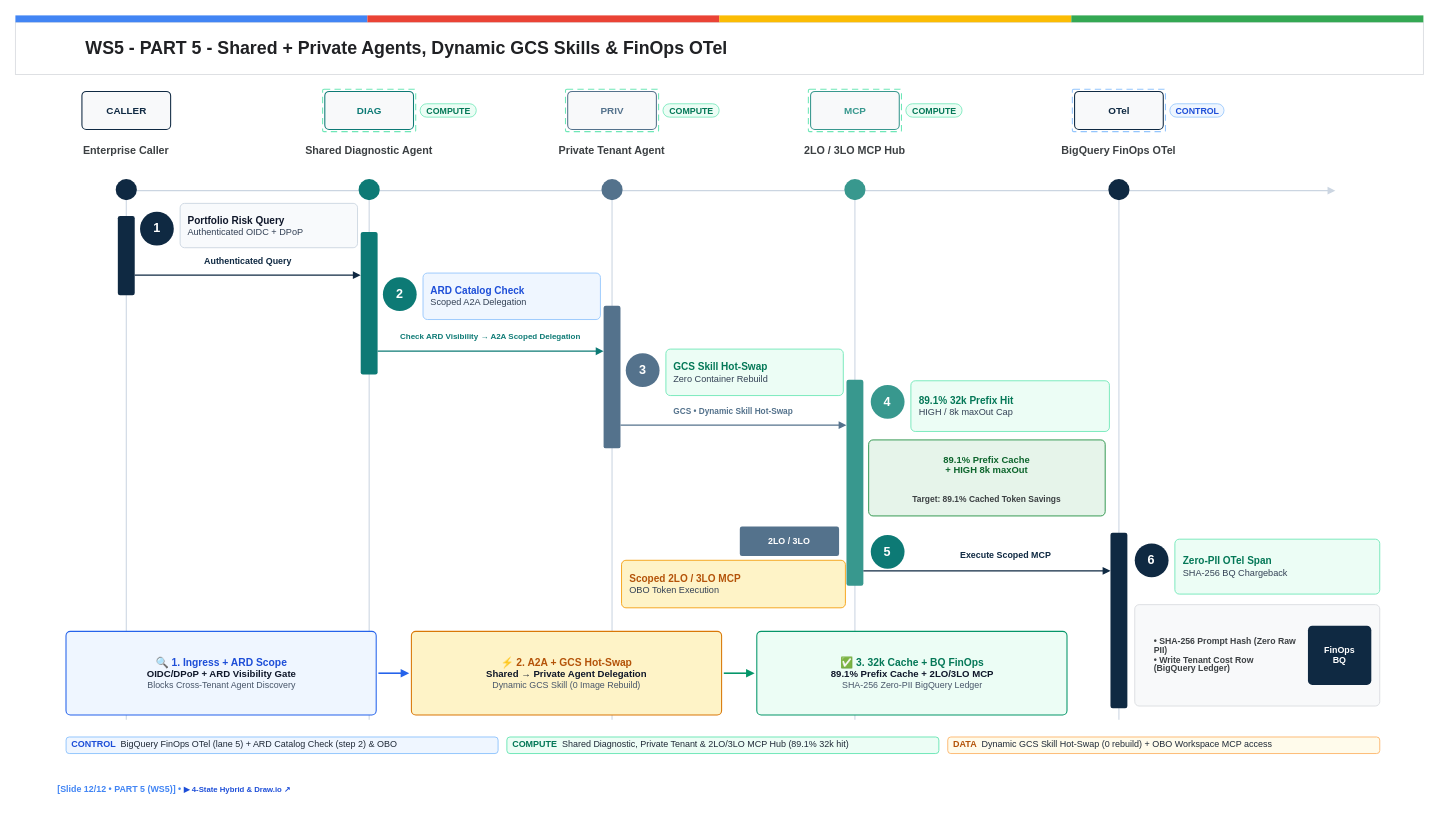
Earlier version of the draw.io diagram diagrams/ws5-c4-l3-dynamic-skill-delegation-swimlane.drawio (nitinaggarwal-12/blogs). Source tidied: cells renumbered, new cells numbered last; positions are measured from the earlier drawing's top-left corner, leaving out a move shared by most shapes. Both pictures are drawn from the tidied source at 88%, with x=0, y=0 at pixel (15, 15).
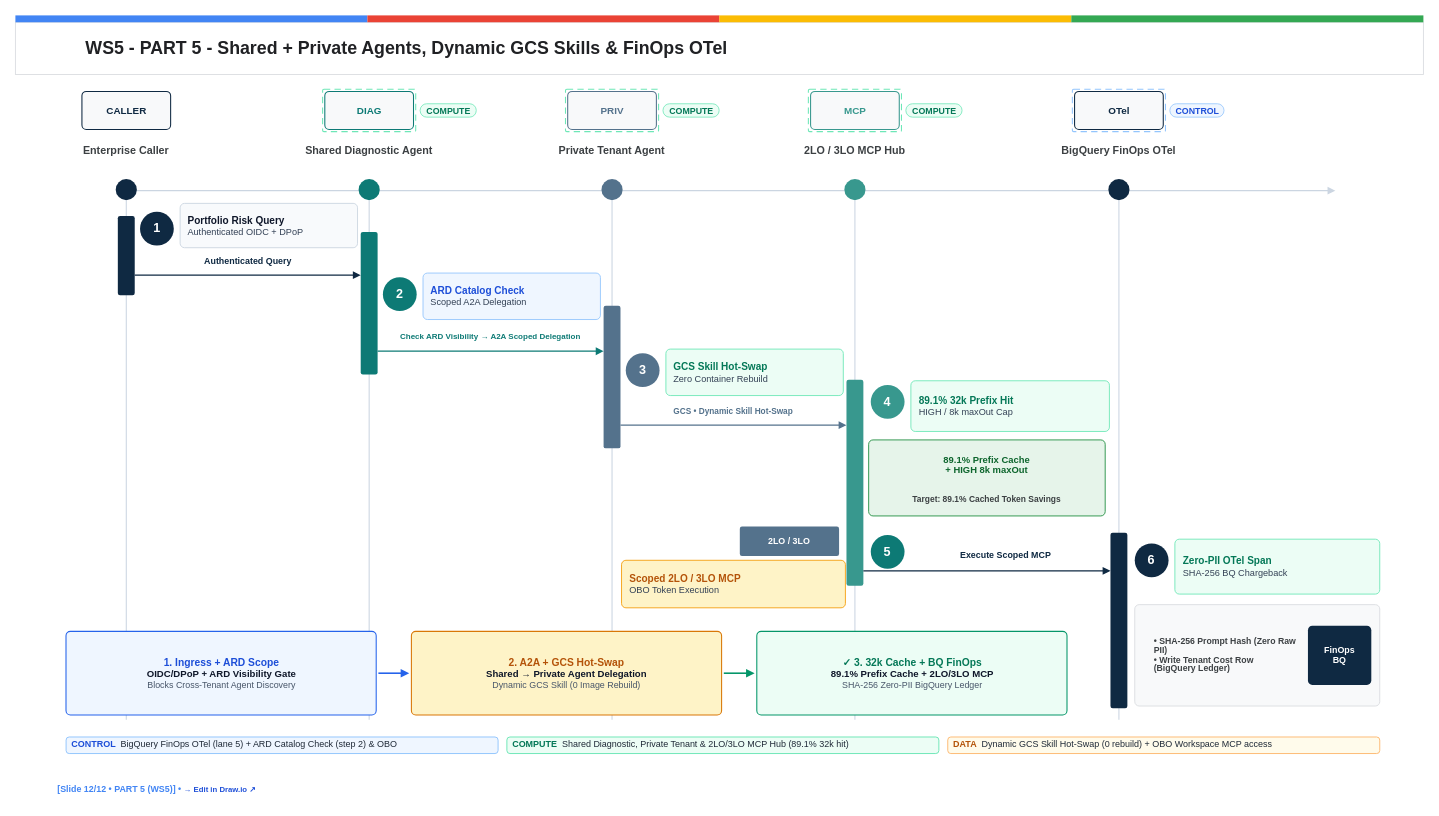
After the change.

What changed in the source:
```diff
@@
-    <mxCell id="74" value="&lt;div style=&quot;line-height:1.06;margin:0;padding:0;&quot;&gt;&lt;span style=&quot;font-size:10.1px;color:#4285F4;&quot;&gt;&lt;b&gt;[Slide 12/12 • PART 5 (WS5)]  •  &lt;/b&gt;&lt;/span&gt;&lt;span style=&quot;font-size:8.8px;color:#1D4ED8;&quot;&gt;&lt;b&gt;▶ 4-State Hybrid &amp;amp; Draw.io ↗&lt;/b&gt;&lt;/span&gt;&lt;/div&gt;" style="html=1;whiteSpace=wrap;rounded=0;fillColor=none;strokeColor=none;fontColor=#4285F4;fontSize=10.1;align=left;verticalAlign=middle;spacing=0;spacingLeft=0;spacingRight=0;spacingTop=0;spacingBottom=0;" parent="1" vertex="1">
+    <mxCell id="74" value="&lt;div style=&quot;line-height:1.06;margin:0;padding:0;&quot;&gt;&lt;span style=&quot;font-size:10.1px;color:#4285F4;&quot;&gt;&lt;b&gt;[Slide 12/12 • PART 5 (WS5)]  •  &lt;/b&gt;&lt;/span&gt;&lt;span style=&quot;font-size:8.8px;color:#1D4ED8;&quot;&gt;&lt;b&gt;→ Edit in Draw.io ↗&lt;/b&gt;&lt;/span&gt;&lt;/div&gt;" style="html=1;whiteSpace=wrap;rounded=0;fillColor=none;strokeColor=none;fontColor=#4285F4;fontSize=10.1;align=left;verticalAlign=middle;spacing=0;spacingLeft=0;spacingRight=0;spacingTop=0;spacingBottom=0;" parent="1" vertex="1">
       <mxGeometry x="48" y="866.4" width="1504" height="26.4" as="geometry" />
     </mxCell>
-    <mxCell id="75" value="&lt;div style=&quot;line-height:1.06;margin:0;padding:0;&quot;&gt;&lt;span style=&quot;font-size:11.7px;color:#1D4ED8;&quot;&gt;&lt;b&gt;🔍 1. Ingress + ARD Scope&lt;/b&gt;&lt;/span&gt;&lt;/div&gt;&lt;div style=&quot;line-height:1.06;margin:0;padding:0;&quot;&gt;&lt;span style=&quot;font-size:10.9px;color:#0F172A;&quot;&gt;&lt;b&gt;OIDC/DPoP + ARD Visibility Gate&lt;/b&gt;&lt;/span&gt;&lt;/div&gt;&lt;div style=&quot;line-height:1.06;margin:0;padding:0;&quot;&gt;&lt;span style=&quot;font-size:10.1px;color:#475569;&quot;&gt;Blocks Cross-Tenant Agent Discovery&lt;/span&gt;&lt;/div&gt;" style="html=1;whiteSpace=wrap;rounded=1;absoluteArcSize=1;arcSize=10;fillColor=#EFF6FF;strokeColor=#2563EB;strokeWidth=1.2;fontColor=#1D4ED8;fontSize=11.7;align=center;verticalAlign=middle;spacing=0;spacingLeft=10;spacingRight=10;spacingTop=5;spacingBottom=5;" parent="1" vertex="1">
+    <mxCell id="75" value="&lt;div style=&quot;line-height:1.06;margin:0;padding:0;&quot;&gt;&lt;span style=&quot;font-size:11.7px;color:#1D4ED8;&quot;&gt;&lt;b&gt;1. Ingress + ARD Scope&lt;/b&gt;&lt;/span&gt;&lt;/div&gt;&lt;div style=&quot;line-height:1.06;margin:0;padding:0;&quot;&gt;&lt;span style=&quot;font-size:10.9px;color:#0F172A;&quot;&gt;&lt;b&gt;OIDC/DPoP + ARD Visibility Gate&lt;/b&gt;&lt;/span&gt;&lt;/div&gt;&lt;div style=&quot;line-height:1.06;margin:0;padding:0;&quot;&gt;&lt;span style=&quot;font-size:10.1px;color:#475569;&quot;&gt;Blocks Cross-Tenant Agent Discovery&lt;/span&gt;&lt;/div&gt;" style="html=1;whiteSpace=wrap;rounded=1;absoluteArcSize=1;arcSize=10;fillColor=#EFF6FF;strokeColor=#2563EB;strokeWidth=1.2;fontColor=#1D4ED8;fontSize=11.7;align=center;verticalAlign=middle;spacing=0;spacingLeft=10;spacingRight=10;spacingTop=5;spacingBottom=5;" parent="1" vertex="1">
       <mxGeometry x="57.5" y="700" width="352.5" height="95" as="geometry" />
     </mxCell>
-    <mxCell id="76" value="&lt;div style=&quot;line-height:1.06;margin:0;padding:0;&quot;&gt;&lt;span style=&quot;font-size:11.7px;color:#B45309;&quot;&gt;&lt;b&gt;⚡ 2. A2A + GCS Hot-Swap&lt;/b&gt;&lt;/span&gt;&lt;/div&gt;&lt;div style=&quot;line-height:1.06;margin:0;padding:0;&quot;&gt;&lt;span style=&quot;font-size:10.9px;color:#0F172A;&quot;&gt;&lt;b&gt;Shared → Private Agent Delegation&lt;/b&gt;&lt;/span&gt;&lt;/div&gt;&lt;div style=&quot;line-height:1.06;margin:0;padding:0;&quot;&gt;&lt;span style=&quot;font-size:10.1px;color:#475569;&quot;&gt;Dynamic GCS Skill (0 Image Rebuild)&lt;/span&gt;&lt;/div&gt;" style="html=1;whiteSpace=wrap;rounded=1;absoluteArcSize=1;arcSize=10;fillColor=#FEF3C7;strokeColor=#D97706;strokeWidth=1.2;fontColor=#B45309;fontSize=11.7;align=center;verticalAlign=middle;spacing=0;spacingLeft=10;spacingRight=10;spacingTop=5;spacingBottom=5;" parent="1" vertex="1">
+    <mxCell id="76" value="&lt;div style=&quot;line-height:1.06;margin:0;padding:0;&quot;&gt;&lt;span style=&quot;font-size:11.7px;color:#B45309;&quot;&gt;&lt;b&gt;2. A2A + GCS Hot-Swap&lt;/b&gt;&lt;/span&gt;&lt;/div&gt;&lt;div style=&quot;line-height:1.06;margin:0;padding:0;&quot;&gt;&lt;span style=&quot;font-size:10.9px;color:#0F172A;&quot;&gt;&lt;b&gt;Shared → Private Agent Delegation&lt;/b&gt;&lt;/span&gt;&lt;/div&gt;&lt;div style=&quot;line-height:1.06;margin:0;padding:0;&quot;&gt;&lt;span style=&quot;font-size:10.1px;color:#475569;&quot;&gt;Dynamic GCS Skill (0 Image Rebuild)&lt;/span&gt;&lt;/div&gt;" style="html=1;whiteSpace=wrap;rounded=1;absoluteArcSize=1;arcSize=10;fillColor=#FEF3C7;strokeColor=#D97706;strokeWidth=1.2;fontColor=#B45309;fontSize=11.7;align=center;verticalAlign=middle;spacing=0;spacingLeft=10;spacingRight=10;spacingTop=5;spacingBottom=5;" parent="1" vertex="1">
       <mxGeometry x="450" y="700" width="352.5" height="95" as="geometry" />
     </mxCell>
-    <mxCell id="77" value="&lt;div style=&quot;line-height:1.06;margin:0;padding:0;&quot;&gt;&lt;span style=&quot;font-size:11.7px;color:#047857;&quot;&gt;&lt;b&gt;✅ 3. 32k Cache + BQ FinOps&lt;/b&gt;&lt;/span&gt;&lt;/div&gt;&lt;div style=&quot;line-height:1.06;margin:0;padding:0;&quot;&gt;&lt;span style=&quot;font-size:10.9px;color:#0F172A;&quot;&gt;&lt;b&gt;89.1% Prefix Cache + 2LO/3LO MCP&lt;/b&gt;&lt;/span&gt;&lt;/div&gt;&lt;div style=&quot;line-height:1.06;margin:0;padding:0;&quot;&gt;&lt;span style=&quot;font-size:10.1px;color:#475569;&quot;&gt;SHA-256 Zero-PII BigQuery Ledger&lt;/span&gt;&lt;/div&gt;" style="html=1;whiteSpace=wrap;rounded=1;absoluteArcSize=1;arcSize=10;fillColor=#ECFDF5;strokeColor=#059669;strokeWidth=1.2;fontColor=#047857;fontSize=11.7;align=center;verticalAlign=middle;spacing=0;spacingLeft=10;spacingRight=10;spacingTop=5;spacingBottom=5;" parent="1" vertex="1">
+    <mxCell id="77" value="&lt;div style=&quot;line-height:1.06;margin:0;padding:0;&quot;&gt;&lt;span style=&quot;font-size:11.7px;color:#047857;&quot;&gt;&lt;b&gt;✓ 3. 32k Cache + BQ FinOps&lt;/b&gt;&lt;/span&gt;&lt;/div&gt;&lt;div style=&quot;line-height:1.06;margin:0;padding:0;&quot;&gt;&lt;span style=&quot;font-size:10.9px;color:#0F172A;&quot;&gt;&lt;b&gt;89.1% Prefix Cache + 2LO/3LO MCP&lt;/b&gt;&lt;/span&gt;&lt;/div&gt;&lt;div style=&quot;line-height:1.06;margin:0;padding:0;&quot;&gt;&lt;span style=&quot;font-size:10.1px;color:#475569;&quot;&gt;SHA-256 Zero-PII BigQuery Ledger&lt;/span&gt;&lt;/div&gt;" style="html=1;whiteSpace=wrap;rounded=1;absoluteArcSize=1;arcSize=10;fillColor=#ECFDF5;strokeColor=#059669;strokeWidth=1.2;fontColor=#047857;fontSize=11.7;align=center;verticalAlign=middle;spacing=0;spacingLeft=10;spacingRight=10;spacingTop=5;spacingBottom=5;" parent="1" vertex="1">
       <mxGeometry x="842.5" y="700" width="352.5" height="95" as="geometry" />
     </mxCell>
```
